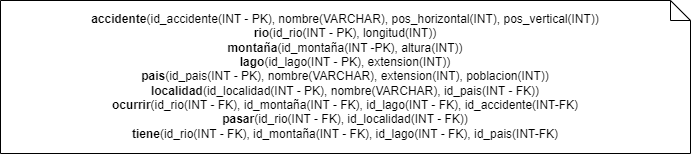
Earlier version of the draw.io export Ejercicio11/2_modelo_relacional.png (RobertoCarrera/rcsm-bc-bbdd-evolutivo-25_07_2023). Source tidied: cells renumbered, new cells last; positions are measured from the earlier drawing's top-left corner, leaving out a move shared by most shapes. The source it was exported from:
```xml
<mxGraphModel>
  <root>
    <mxCell id="0" />
    <mxCell id="1" parent="0" />
    <mxCell id="2" value="&lt;b&gt;accidente&lt;/b&gt;(id_accidente(INT - PK), nombre(VARCHAR), pos_horizontal(INT), pos_vertical(INT))&lt;br&gt;&lt;b&gt;rio&lt;/b&gt;(id_rio(INT - PK), longitud(INT))&lt;br&gt;&lt;b&gt;montaña&lt;/b&gt;(id_montaña(INT -PK), altura(INT))&lt;br&gt;&lt;b&gt;lago&lt;/b&gt;(id_lago(INT - PK), extension(INT))&lt;br&gt;&lt;b&gt;pais&lt;/b&gt;(id_pais(INT - PK), nombre(VARCHAR), extension(INT), poblacion(INT))&lt;br&gt;&lt;b&gt;localidad&lt;/b&gt;(id_localidad(INT - PK), nombre(VARCHAR), id_pais(INT - FK))&lt;br&gt;&lt;b&gt;ocurrir&lt;/b&gt;(id_rio(INT - FK), id_montaña(INT - FK), id_lago(INT - FK), id_accidente(INT-FK)&lt;br&gt;&lt;b&gt;pasar&lt;/b&gt;(id_rio(INT - FK), id_localidad(INT - FK))&lt;br&gt;&lt;b&gt;tiene&lt;/b&gt;(id_rio(INT - FK), id_montaña(INT - FK), id_lago(INT - FK), id_pais(INT-FK)" style="shape=note;size=20;whiteSpace=wrap;html=1;" parent="1" vertex="1">
      <mxGeometry width="690" height="153" as="geometry" />
    </mxCell>
  </root>
</mxGraphModel>
```
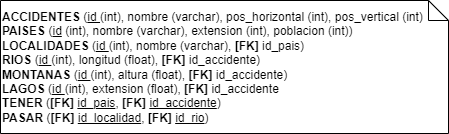
The same file after the commit.

The edit, as a diff of the source:
```diff
@@ -2,8 +2,8 @@
   <root>
     <mxCell id="0" />
     <mxCell id="1" parent="0" />
-    <mxCell id="2" value="&lt;b&gt;accidente&lt;/b&gt;(id_accidente(INT - PK), nombre(VARCHAR), pos_horizontal(INT), pos_vertical(INT))&lt;br&gt;&lt;b&gt;rio&lt;/b&gt;(id_rio(INT - PK), longitud(INT))&lt;br&gt;&lt;b&gt;montaña&lt;/b&gt;(id_montaña(INT -PK), altura(INT))&lt;br&gt;&lt;b&gt;lago&lt;/b&gt;(id_lago(INT - PK), extension(INT))&lt;br&gt;&lt;b&gt;pais&lt;/b&gt;(id_pais(INT - PK), nombre(VARCHAR), extension(INT), poblacion(INT))&lt;br&gt;&lt;b&gt;localidad&lt;/b&gt;(id_localidad(INT - PK), nombre(VARCHAR), id_pais(INT - FK))&lt;br&gt;&lt;b&gt;ocurrir&lt;/b&gt;(id_rio(INT - FK), id_montaña(INT - FK), id_lago(INT - FK), id_accidente(INT-FK)&lt;br&gt;&lt;b&gt;pasar&lt;/b&gt;(id_rio(INT - FK), id_localidad(INT - FK))&lt;br&gt;&lt;b&gt;tiene&lt;/b&gt;(id_rio(INT - FK), id_montaña(INT - FK), id_lago(INT - FK), id_pais(INT-FK)" style="shape=note;size=20;whiteSpace=wrap;html=1;" parent="1" vertex="1">
-      <mxGeometry width="690" height="153" as="geometry" />
+    <mxCell id="2" value="&lt;b&gt;ACCIDENTES&amp;nbsp;&lt;/b&gt;(&lt;u&gt;id &lt;/u&gt;(int), nombre (varchar), pos_horizontal (int), pos_vertical (int)&lt;br&gt;&lt;b&gt;PAISES&amp;nbsp;&lt;/b&gt;(&lt;u&gt;id&lt;/u&gt; (int), nombre (varchar), extension (int), poblacion (int))&lt;br&gt;&lt;b&gt;LOCALIDADES&amp;nbsp;&lt;/b&gt;(&lt;u&gt;id &lt;/u&gt;(int), nombre (varchar),&amp;nbsp;&lt;b style=&quot;border-color: var(--border-color);&quot;&gt;[FK]&amp;nbsp;&lt;/b&gt;id_pais)&lt;br&gt;&lt;b&gt;RIOS&amp;nbsp;&lt;/b&gt;(&lt;u&gt;id &lt;/u&gt;(int), longitud (float),&amp;nbsp;&lt;b style=&quot;border-color: var(--border-color);&quot;&gt;[FK]&amp;nbsp;&lt;/b&gt;id_accidente)&lt;br&gt;&lt;b&gt;MONTANAS&amp;nbsp;&lt;/b&gt;(&lt;u&gt;id &lt;/u&gt;(int), altura (float),&amp;nbsp;&lt;b style=&quot;border-color: var(--border-color);&quot;&gt;[FK]&amp;nbsp;&lt;/b&gt;id_accidente)&lt;br&gt;&lt;b&gt;LAGOS&lt;/b&gt; (&lt;u&gt;id &lt;/u&gt;(int), extension (float), &lt;b&gt;[FK]&amp;nbsp;&lt;/b&gt;id_accidente&lt;br&gt;&lt;b&gt;TENER&amp;nbsp;&lt;/b&gt;(&lt;b style=&quot;border-color: var(--border-color);&quot;&gt;[FK]&amp;nbsp;&lt;/b&gt;&lt;u&gt;id_pais&lt;/u&gt;,&amp;nbsp;&lt;b style=&quot;border-color: var(--border-color);&quot;&gt;[FK]&amp;nbsp;&lt;/b&gt;&lt;u&gt;id_accidente&lt;/u&gt;)&lt;br&gt;&lt;b&gt;PASAR &lt;/b&gt;(&lt;b style=&quot;border-color: var(--border-color);&quot;&gt;[FK]&amp;nbsp;&lt;/b&gt;&lt;u&gt;id_localidad&lt;/u&gt;,&amp;nbsp;&lt;b style=&quot;border-color: var(--border-color);&quot;&gt;[FK]&amp;nbsp;&lt;/b&gt;&lt;u&gt;id_rio&lt;/u&gt;)" style="shape=note;size=20;whiteSpace=wrap;html=1;align=left;" parent="1" vertex="1">
+      <mxGeometry width="448" height="133" as="geometry" />
     </mxCell>
   </root>
 </mxGraphModel>
```
